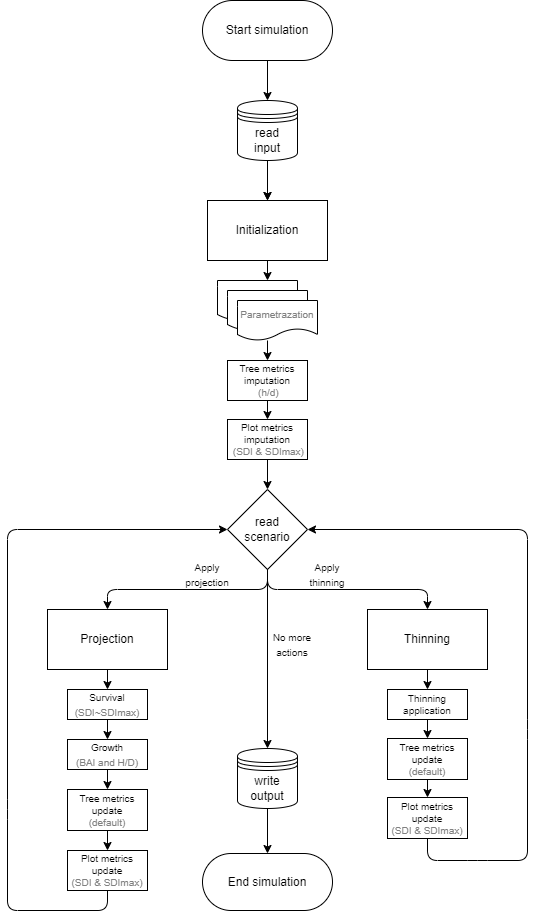
This is 4_figures/simanfor/simulator_core-mixed_models_integration.png from aitorvv/Pinus_sylvestris_and_pinaster-trade_offs_and_ecosystem_services, a draw.io export, as it was before one commit. Source tidied: cells renumbered, new cells last; positions are measured from the earlier drawing's top-left corner, leaving out a move shared by most shapes.
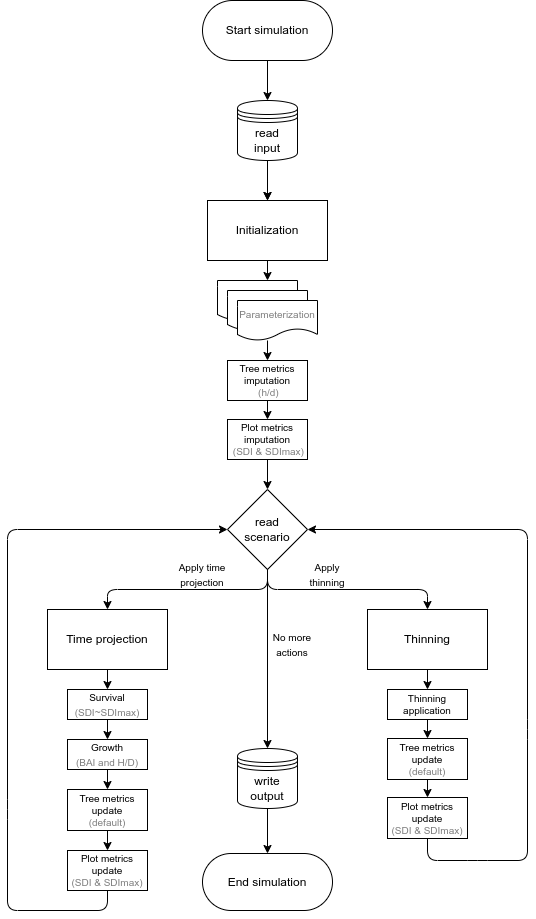
After the commit.

What changed in the source:
```diff
@@ -8,7 +8,7 @@
     <mxCell id="3" value="Initialization" style="rounded=0;whiteSpace=wrap;html=1;" parent="1" vertex="1">
       <mxGeometry x="200" y="200" width="120" height="60" as="geometry" />
     </mxCell>
-    <mxCell id="4" value="Projection" style="rounded=0;whiteSpace=wrap;html=1;" parent="1" vertex="1">
+    <mxCell id="4" value="Time projection" style="rounded=0;whiteSpace=wrap;html=1;" parent="1" vertex="1">
       <mxGeometry x="40" y="609" width="120" height="60" as="geometry" />
     </mxCell>
     <mxCell id="5" value="Thinning" style="rounded=0;whiteSpace=wrap;html=1;" parent="1" vertex="1">
@@ -100,8 +100,8 @@
     <mxCell id="23" value="&lt;font style=&quot;font-size: 10px;&quot;&gt;No more actions&lt;/font&gt;" style="text;html=1;strokeColor=none;fillColor=none;align=center;verticalAlign=middle;whiteSpace=wrap;rounded=0;" parent="1" vertex="1">
       <mxGeometry x="260" y="629" width="50" height="30" as="geometry" />
     </mxCell>
-    <mxCell id="24" value="&lt;font style=&quot;font-size: 10px;&quot;&gt;Apply projection&lt;/font&gt;" style="text;html=1;strokeColor=none;fillColor=none;align=center;verticalAlign=middle;whiteSpace=wrap;rounded=0;" parent="1" vertex="1">
-      <mxGeometry x="180" y="559" width="40" height="30" as="geometry" />
+    <mxCell id="24" value="&lt;font style=&quot;font-size: 10px;&quot;&gt;Apply time projection&lt;/font&gt;" style="text;html=1;strokeColor=none;fillColor=none;align=center;verticalAlign=middle;whiteSpace=wrap;rounded=0;" parent="1" vertex="1">
+      <mxGeometry x="170" y="559" width="50" height="30" as="geometry" />
     </mxCell>
     <mxCell id="25" value="&lt;font style=&quot;font-size: 10px;&quot;&gt;Apply thinning&lt;/font&gt;" style="text;html=1;strokeColor=none;fillColor=none;align=center;verticalAlign=middle;whiteSpace=wrap;rounded=0;" parent="1" vertex="1">
       <mxGeometry x="300" y="559" width="40" height="30" as="geometry" />
@@ -115,7 +115,7 @@
     <mxCell id="28" style="shape=document;whiteSpace=wrap;html=1;boundedLbl=1;" parent="1" vertex="1">
       <mxGeometry x="220" y="290" width="80" height="40" as="geometry" />
     </mxCell>
-    <mxCell id="29" value="&lt;font color=&quot;#808080&quot; style=&quot;font-size: 10px;&quot;&gt;Parametrazation&lt;/font&gt;" style="shape=document;whiteSpace=wrap;html=1;boundedLbl=1;" parent="1" vertex="1">
+    <mxCell id="29" value="&lt;font color=&quot;#808080&quot; style=&quot;font-size: 10px;&quot;&gt;Parameterization&lt;/font&gt;" style="shape=document;whiteSpace=wrap;html=1;boundedLbl=1;" parent="1" vertex="1">
       <mxGeometry x="230" y="300" width="80" height="40" as="geometry" />
     </mxCell>
     <mxCell id="30" value="Tree metrics imputation&lt;br&gt;&amp;nbsp;&lt;font color=&quot;#808080&quot;&gt;(h/d)&lt;/font&gt;&lt;span style=&quot;color: rgba(0, 0, 0, 0); font-family: monospace; text-align: start; font-size: 0px;&quot;&gt;%3CmxGraphModel%3E%3Croot%3E%3CmxCell%20id%3D%220%22%2F%3E%3CmxCell%20id%3D%221%22%20parent%3D%220%22%2F%3E%3CmxCell%20id%3D%222%22%20value%3D%22%22%20style%3D%22shape%3Ddocument%3BwhiteSpace%3Dwrap%3Bhtml%3D1%3BboundedLbl%3D1%3B%22%20vertex%3D%221%22%20parent%3D%221%22%3E%3CmxGeometry%20x%3D%22330%22%20y%3D%22270%22%20width%3D%2280%22%20height%3D%2240%22%20as%3D%22geometry%22%2F%3E%3C%2FmxCell%3E%3C%2Froot%3E%3C%2FmxGraphModel%3E&amp;nbsp;&lt;/span&gt;" style="rounded=0;whiteSpace=wrap;html=1;fontSize=10;" parent="1" vertex="1">
```
